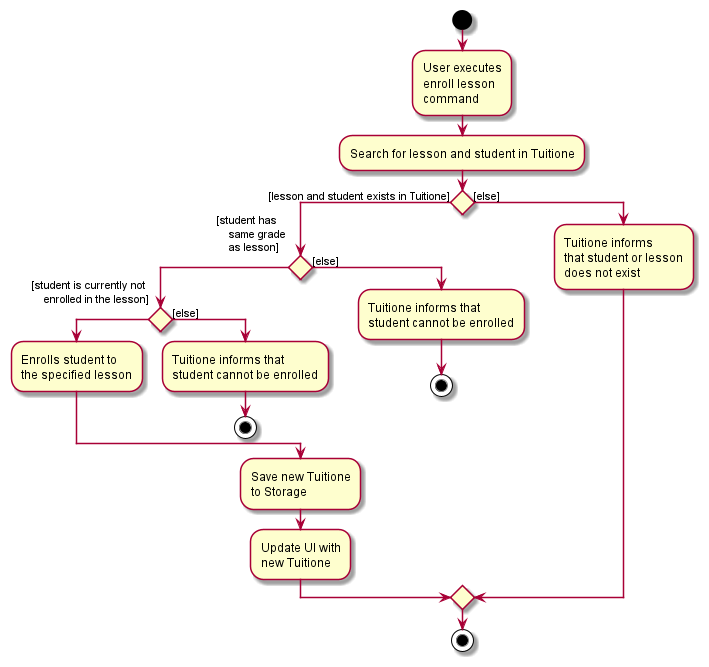
The PlantUML diagram docs/images/DeveloperGuideImage/EnrollLessonActivityDiagram.png in nus-cs2103-AY2122S1/tp, before a commit.
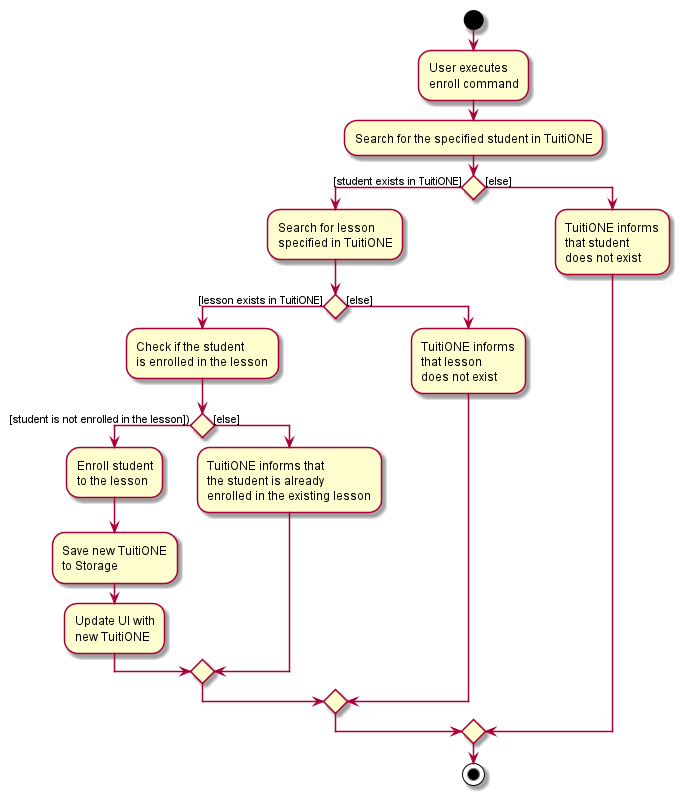
After the commit.

Commit message:
Updates to Enroll activity diagram

The edit, as a diff of the source:
```diff
@@ -1,52 +1,53 @@
 @startuml
 start
 :User executes
-enroll lesson
-command;
+enroll command;
 
 
-:Search for lesson and student in Tuitione;
+:Search for the specified student in TuitiONE;
 
-if () then ([lesson and student exists in Tuitione])
+if () then ([student exists in TuitiONE])
 
-    if() then ([student has
-    same grade
-    as lesson]
-    )
+    :Search for lesson
+    specified in TuitiONE;
+
+    if () then ([lesson exists in TuitiONE])
+
+        :Check if the student
+        is enrolled in the lesson;
+
+        if () then ([student is not enrolled in the lesson]))
+
+            :Enroll student
+            to the lesson;
+
+            :Save new TuitiONE
+            to Storage;
+
+            :Update UI with
+            new TuitiONE;
+
+        else ([else])
 
 
-    if() then ([student is currently not
-    enrolled in the lesson]
-    )
+            :TuitiONE informs that
+            the student is already
+            enrolled in the existing lesson;
 
-    :Enrolls student to
-    the specified lesson;
+        endif
 
     else ([else])
 
-    :Tuitione informs that
-    student cannot be enrolled;
-    stop
+        :TuitiONE informs
+        that lesson
+        does not exist;
+
     endif
-
-
-    else ([else])
-
-    :Tuitione informs that
-    student cannot be enrolled;
-    stop
-    endif
-
-    :Save new Tuitione
-    to Storage;
-
-    :Update UI with
-    new Tuitione;
 
 else ([else])
 
-    :Tuitione informs
-    that student or lesson
+    :TuitiONE informs
+    that student
     does not exist;
 
 endif
```
